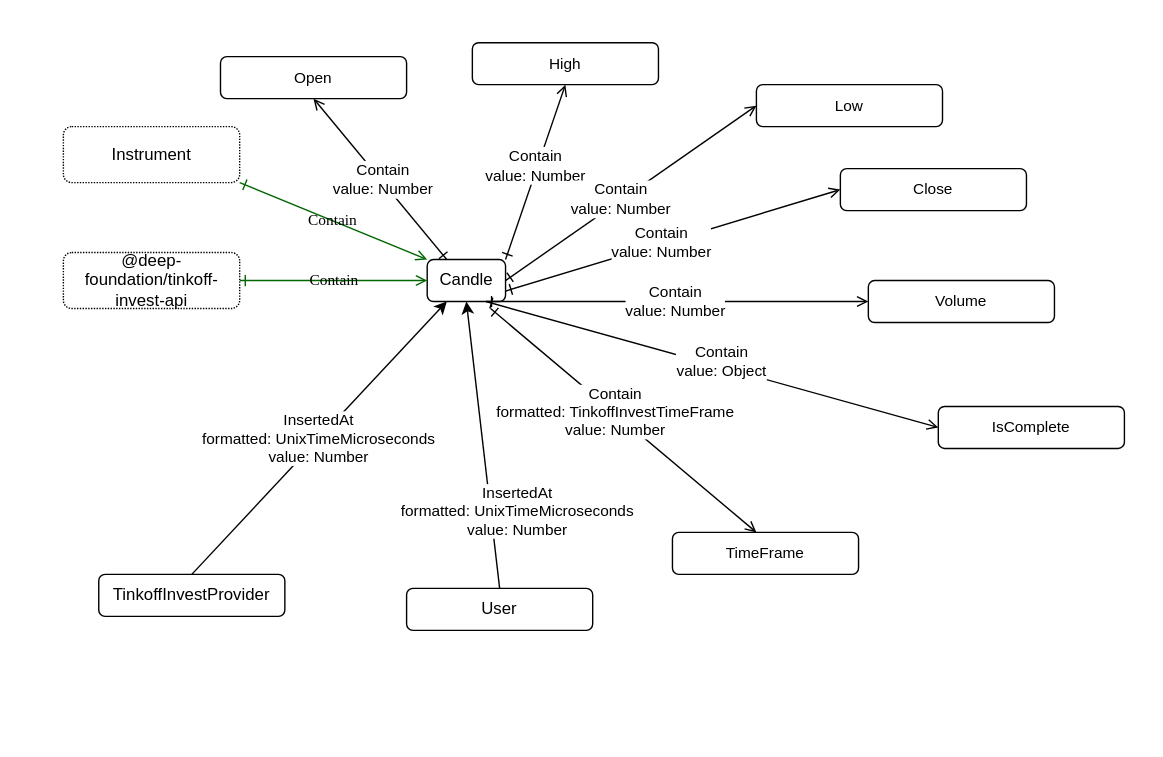
This is src/candle/Candle.drawio.svg from suenot/deep-tinkoff-invest-api, a draw.io export, as it was before one commit. Source tidied: cells renumbered, new cells last; positions are measured from the earlier drawing's top-left corner, leaving out a move shared by most shapes.
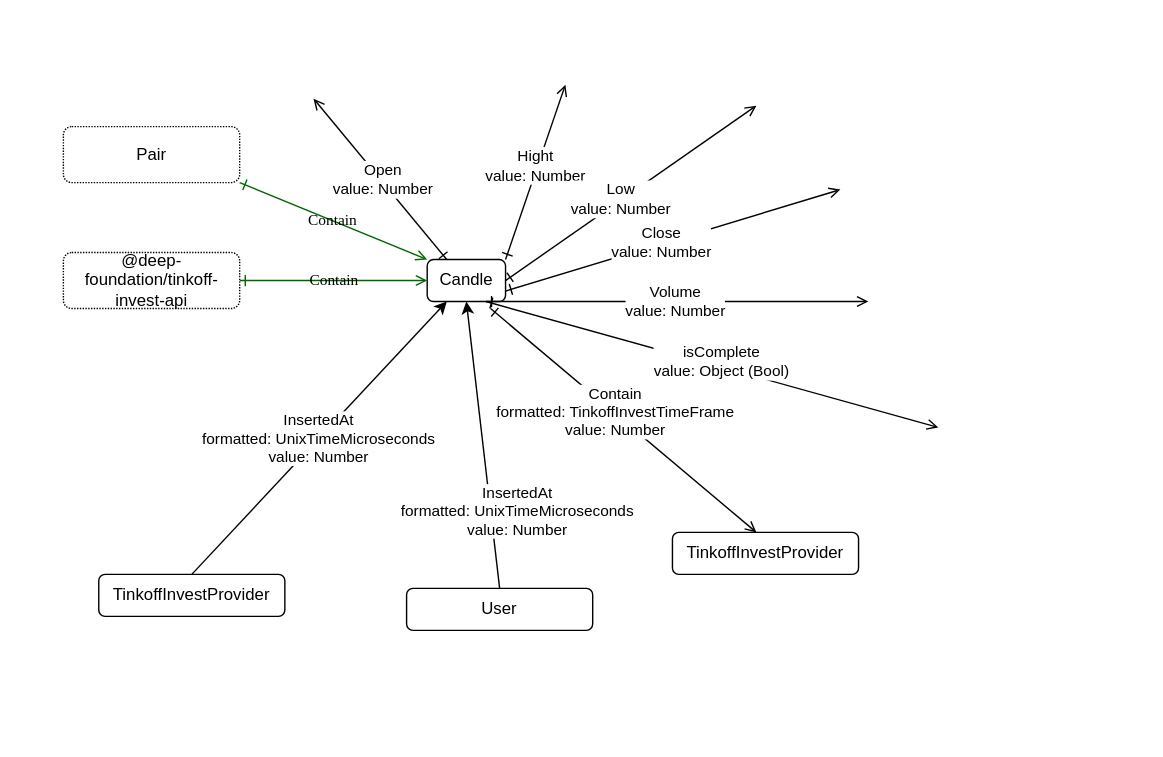
Above is the later version.

Change to the diagram source:
```diff
@@ -5,42 +5,52 @@
     <mxCell id="2" style="rounded=0;whiteSpace=wrap;html=1;strokeColor=none;" parent="1" vertex="1">
       <mxGeometry width="830" height="540" as="geometry" />
     </mxCell>
-    <mxCell id="3" style="edgeStyle=none;html=1;exitX=1;exitY=0;exitDx=0;exitDy=0;startArrow=ERone;startFill=0;endArrow=open;endFill=0;entryX=0.5;entryY=1;entryDx=0;entryDy=0;" parent="1" edge="1" source="5" target="31">
-      <mxGeometry relative="1" as="geometry" />
+    <mxCell id="3" style="edgeStyle=none;html=1;exitX=1;exitY=0;exitDx=0;exitDy=0;startArrow=ERone;startFill=0;endArrow=open;endFill=0;entryX=0.5;entryY=1;entryDx=0;entryDy=0;" parent="1" edge="1" source="5">
+      <mxGeometry relative="1" as="geometry">
+        <mxPoint x="403.5" y="60" as="targetPoint" />
+      </mxGeometry>
     </mxCell>
-    <mxCell id="4" value="Contain&lt;br&gt;value: Number" style="edgeLabel;html=1;align=center;verticalAlign=middle;" parent="3" vertex="1">
+    <mxCell id="4" value="Hight&lt;br&gt;value: Number" style="edgeLabel;html=1;align=center;verticalAlign=middle;" parent="3" vertex="1">
       <mxGeometry x="0.08" y="2" relative="1" as="geometry" />
     </mxCell>
     <mxCell id="5" value="Candle" style="rounded=1;whiteSpace=wrap;html=1;labelBackgroundColor=none;" parent="1" vertex="1">
       <mxGeometry x="304.7" y="185" width="56" height="30" as="geometry" />
     </mxCell>
-    <mxCell id="6" value="Instrument" style="rounded=1;whiteSpace=wrap;html=1;labelBackgroundColor=none;dashed=1;dashPattern=1 1;" parent="1" vertex="1">
+    <mxCell id="6" value="Pair" style="rounded=1;whiteSpace=wrap;html=1;labelBackgroundColor=none;dashed=1;dashPattern=1 1;" parent="1" vertex="1">
       <mxGeometry x="44.7" y="90" width="126" height="40" as="geometry" />
     </mxCell>
-    <mxCell id="7" style="edgeStyle=none;html=1;exitX=1;exitY=0.5;exitDx=0;exitDy=0;startArrow=ERone;startFill=0;endArrow=open;endFill=0;entryX=0;entryY=0.5;entryDx=0;entryDy=0;" parent="1" edge="1" source="5" target="30">
-      <mxGeometry relative="1" as="geometry" />
+    <mxCell id="7" style="edgeStyle=none;html=1;exitX=1;exitY=0.5;exitDx=0;exitDy=0;startArrow=ERone;startFill=0;endArrow=open;endFill=0;entryX=0;entryY=0.5;entryDx=0;entryDy=0;" parent="1" edge="1" source="5">
+      <mxGeometry relative="1" as="geometry">
+        <mxPoint x="540" y="75" as="targetPoint" />
+      </mxGeometry>
     </mxCell>
-    <mxCell id="8" value="Contain&lt;br&gt;value: Number" style="edgeLabel;html=1;align=center;verticalAlign=middle;" parent="7" vertex="1">
+    <mxCell id="8" value="Low&lt;br&gt;value: Number" style="edgeLabel;html=1;align=center;verticalAlign=middle;" parent="7" vertex="1">
       <mxGeometry x="-0.07" y="1" relative="1" as="geometry" />
     </mxCell>
-    <mxCell id="9" style="edgeStyle=none;html=1;exitX=1;exitY=0.75;exitDx=0;exitDy=0;startArrow=ERone;startFill=0;endArrow=open;endFill=0;entryX=0;entryY=0.5;entryDx=0;entryDy=0;" parent="1" edge="1" source="5" target="29">
-      <mxGeometry relative="1" as="geometry" />
+    <mxCell id="9" style="edgeStyle=none;html=1;exitX=1;exitY=0.75;exitDx=0;exitDy=0;startArrow=ERone;startFill=0;endArrow=open;endFill=0;entryX=0;entryY=0.5;entryDx=0;entryDy=0;" parent="1" edge="1" source="5">
+      <mxGeometry relative="1" as="geometry">
+        <mxPoint x="600" y="135" as="targetPoint" />
+      </mxGeometry>
     </mxCell>
-    <mxCell id="10" value="Contain&lt;br&gt;value: Number" style="edgeLabel;html=1;align=center;verticalAlign=middle;" parent="9" vertex="1">
+    <mxCell id="10" value="Close&lt;br&gt;value: Number" style="edgeLabel;html=1;align=center;verticalAlign=middle;" parent="9" vertex="1">
       <mxGeometry x="-0.07" y="1" relative="1" as="geometry" />
     </mxCell>
-    <mxCell id="11" style="edgeStyle=none;html=1;startArrow=ERone;startFill=0;endArrow=open;endFill=0;exitX=0.75;exitY=1;exitDx=0;exitDy=0;entryX=0;entryY=0.5;entryDx=0;entryDy=0;" parent="1" edge="1" source="5" target="28">
-      <mxGeometry relative="1" as="geometry" />
+    <mxCell id="11" style="edgeStyle=none;html=1;startArrow=ERone;startFill=0;endArrow=open;endFill=0;exitX=0.75;exitY=1;exitDx=0;exitDy=0;entryX=0;entryY=0.5;entryDx=0;entryDy=0;" parent="1" edge="1" source="5">
+      <mxGeometry relative="1" as="geometry">
+        <mxPoint x="620" y="215" as="targetPoint" />
+      </mxGeometry>
     </mxCell>
-    <mxCell id="12" value="Contain&lt;br&gt;value: Number" style="edgeLabel;html=1;align=center;verticalAlign=middle;" parent="11" vertex="1">
+    <mxCell id="12" value="Volume&lt;br&gt;value: Number" style="edgeLabel;html=1;align=center;verticalAlign=middle;" parent="11" vertex="1">
       <mxGeometry x="-0.07" y="1" relative="1" as="geometry">
         <mxPoint x="8" as="offset" />
       </mxGeometry>
     </mxCell>
-    <mxCell id="13" style="edgeStyle=none;html=1;exitX=0.25;exitY=0;exitDx=0;exitDy=0;startArrow=ERone;startFill=0;endArrow=open;endFill=0;entryX=0.5;entryY=1;entryDx=0;entryDy=0;" parent="1" edge="1" source="5" target="32">
-      <mxGeometry relative="1" as="geometry" />
+    <mxCell id="13" style="edgeStyle=none;html=1;exitX=0.25;exitY=0;exitDx=0;exitDy=0;startArrow=ERone;startFill=0;endArrow=open;endFill=0;entryX=0.5;entryY=1;entryDx=0;entryDy=0;" parent="1" edge="1" source="5">
+      <mxGeometry relative="1" as="geometry">
+        <mxPoint x="223.5" y="70" as="targetPoint" />
+      </mxGeometry>
     </mxCell>
-    <mxCell id="14" value="Contain&lt;br&gt;value: Number" style="edgeLabel;html=1;align=center;verticalAlign=middle;" parent="13" vertex="1">
+    <mxCell id="14" value="Open&lt;br&gt;value: Number" style="edgeLabel;html=1;align=center;verticalAlign=middle;" parent="13" vertex="1">
       <mxGeometry x="-0.01" y="-1" relative="1" as="geometry" />
     </mxCell>
     <mxCell id="15" value="InsertedAt&lt;br&gt;formatted: UnixTimeMicroseconds&amp;nbsp;&lt;br&gt;value: Number" style="edgeStyle=none;html=1;exitX=0.5;exitY=0;exitDx=0;exitDy=0;entryX=0.25;entryY=1;entryDx=0;entryDy=0;" parent="1" edge="1" source="16" target="5">
@@ -49,10 +59,12 @@
     <mxCell id="16" value="TinkoffInvestProvider" style="rounded=1;whiteSpace=wrap;html=1;labelBackgroundColor=none;" parent="1" vertex="1">
       <mxGeometry x="70" y="410" width="133" height="30" as="geometry" />
     </mxCell>
-    <mxCell id="17" style="edgeStyle=none;html=1;exitX=0.75;exitY=1;exitDx=0;exitDy=0;startArrow=ERone;startFill=0;endArrow=open;endFill=0;entryX=0;entryY=0.5;entryDx=0;entryDy=0;" parent="1" edge="1" source="5" target="27">
-      <mxGeometry relative="1" as="geometry" />
+    <mxCell id="17" style="edgeStyle=none;html=1;exitX=0.75;exitY=1;exitDx=0;exitDy=0;startArrow=ERone;startFill=0;endArrow=open;endFill=0;entryX=0;entryY=0.5;entryDx=0;entryDy=0;" parent="1" edge="1" source="5">
+      <mxGeometry relative="1" as="geometry">
+        <mxPoint x="670" y="305" as="targetPoint" />
+      </mxGeometry>
     </mxCell>
-    <mxCell id="18" value="Contain&lt;br&gt;value: Object" style="edgeLabel;html=1;align=center;verticalAlign=middle;" parent="17" vertex="1">
+    <mxCell id="18" value="isComplete&lt;br&gt;value: Object (Bool)" style="edgeLabel;html=1;align=center;verticalAlign=middle;" parent="17" vertex="1">
       <mxGeometry x="0.03" y="4" relative="1" as="geometry" />
     </mxCell>
     <mxCell id="19" value="@deep-foundation/tinkoff-invest-api" style="rounded=1;whiteSpace=wrap;html=1;labelBackgroundColor=none;dashed=1;dashPattern=1 1;" parent="1" vertex="1">
@@ -79,26 +91,8 @@
     <mxCell id="25" value="InsertedAt&lt;br&gt;formatted: UnixTimeMicroseconds&amp;nbsp;&lt;br&gt;value: Number" style="edgeStyle=none;html=1;exitX=0.5;exitY=0;exitDx=0;exitDy=0;entryX=0.5;entryY=1;entryDx=0;entryDy=0;" parent="1" edge="1" source="24" target="5">
       <mxGeometry x="-0.49" y="-19" relative="1" as="geometry" />
     </mxCell>
-    <mxCell id="26" value="&lt;span style=&quot;font-size: 11px ; background-color: rgb(255 , 255 , 255)&quot;&gt;TimeFrame&lt;/span&gt;" style="rounded=1;whiteSpace=wrap;html=1;labelBackgroundColor=none;" parent="1" vertex="1">
+    <mxCell id="26" value="TinkoffInvestProvider" style="rounded=1;whiteSpace=wrap;html=1;labelBackgroundColor=none;" parent="1" vertex="1">
       <mxGeometry x="480" y="380" width="133" height="30" as="geometry" />
     </mxCell>
-    <mxCell id="27" value="&lt;span style=&quot;font-size: 11px ; background-color: rgb(255 , 255 , 255)&quot;&gt;IsComplete&lt;/span&gt;" style="rounded=1;whiteSpace=wrap;html=1;labelBackgroundColor=none;" parent="1" vertex="1">
-      <mxGeometry x="670" y="290" width="133" height="30" as="geometry" />
-    </mxCell>
-    <mxCell id="28" value="&lt;span style=&quot;font-size: 11px ; background-color: rgb(255 , 255 , 255)&quot;&gt;Volume&lt;/span&gt;" style="rounded=1;whiteSpace=wrap;html=1;labelBackgroundColor=none;" parent="1" vertex="1">
-      <mxGeometry x="620" y="200" width="133" height="30" as="geometry" />
-    </mxCell>
-    <mxCell id="29" value="&lt;span style=&quot;font-size: 11px ; background-color: rgb(255 , 255 , 255)&quot;&gt;Close&lt;/span&gt;" style="rounded=1;whiteSpace=wrap;html=1;labelBackgroundColor=none;" parent="1" vertex="1">
-      <mxGeometry x="600" y="120" width="133" height="30" as="geometry" />
-    </mxCell>
-    <mxCell id="30" value="&lt;span style=&quot;font-size: 11px ; background-color: rgb(255 , 255 , 255)&quot;&gt;Low&lt;/span&gt;" style="rounded=1;whiteSpace=wrap;html=1;labelBackgroundColor=none;" parent="1" vertex="1">
-      <mxGeometry x="540" y="60" width="133" height="30" as="geometry" />
-    </mxCell>
-    <mxCell id="31" value="&lt;span style=&quot;font-size: 11px ; background-color: rgb(255 , 255 , 255)&quot;&gt;High&lt;/span&gt;" style="rounded=1;whiteSpace=wrap;html=1;labelBackgroundColor=none;" parent="1" vertex="1">
-      <mxGeometry x="337" y="30" width="133" height="30" as="geometry" />
-    </mxCell>
-    <mxCell id="32" value="&lt;span style=&quot;font-size: 11px ; background-color: rgb(255 , 255 , 255)&quot;&gt;Open&lt;/span&gt;" style="rounded=1;whiteSpace=wrap;html=1;labelBackgroundColor=none;" parent="1" vertex="1">
-      <mxGeometry x="157" y="40" width="133" height="30" as="geometry" />
-    </mxCell>
   </root>
 </mxGraphModel>
```
